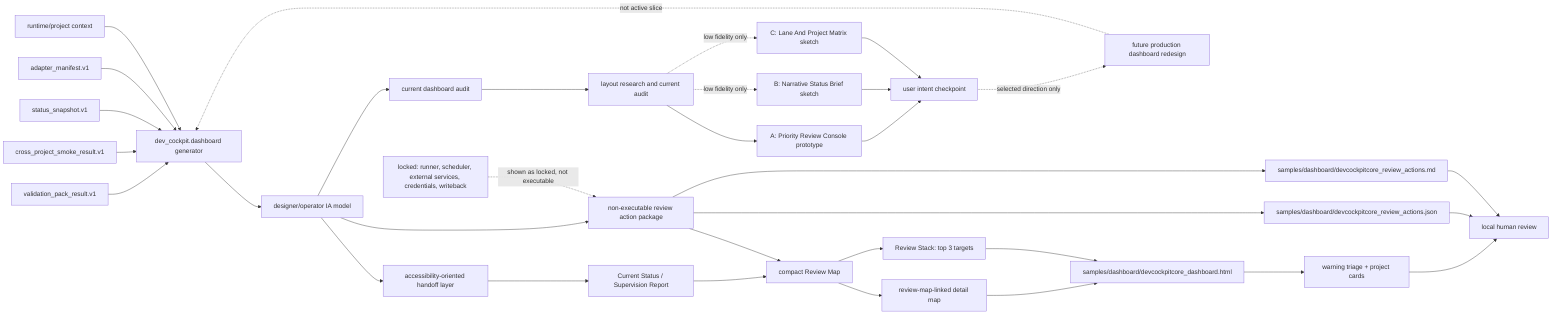
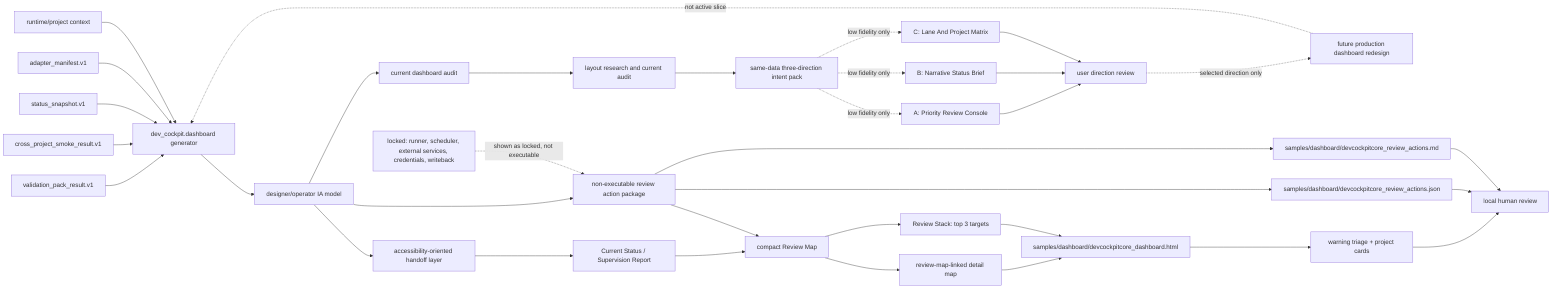
flowchart LR
    VP["validation_pack_result.v1"]
    SM["cross_project_smoke_result.v1"]
    SS["status_snapshot.v1"]
    AD["adapter_manifest.v1"]
    RT["runtime/project context"]
    GEN["dev_cockpit.dashboard generator"]
    IA["designer/operator IA model"]
    AUDIT["current dashboard audit"]
    RESEARCH["layout research and current audit"]
-     OPTION_A["A: Priority Review Console prototype"]
-     OPTION_B["B: Narrative Status Brief sketch"]
-     OPTION_C["C: Lane And Project Matrix sketch"]
-     INTENT["user intent checkpoint"]
+     INTENT_PACK["same-data three-direction intent pack"]
+     OPTION_A["A: Priority Review Console"]
+     OPTION_B["B: Narrative Status Brief"]
+     OPTION_C["C: Lane And Project Matrix"]
+     USER_REVIEW["user direction review"]
    REDESIGN["future production dashboard redesign"]
    ACT["non-executable review action package"]
    A11Y["accessibility-oriented handoff layer"]
    REPORT["Current Status / Supervision Report"]
    MAP["compact Review Map"]
    STACK["Review Stack: top 3 targets"]
    DETAIL["review-map-linked detail map"]
    HTML["samples/dashboard/devcockpitcore_dashboard.html"]
    JSON["samples/dashboard/devcockpitcore_review_actions.json"]
    MD["samples/dashboard/devcockpitcore_review_actions.md"]
    TRIAGE["warning triage + project cards"]
    REVIEW["local human review"]

    VP --> GEN
    SM --> GEN
    SS --> GEN
    AD --> GEN
    RT --> GEN
    GEN --> IA
    IA --> AUDIT
    AUDIT --> RESEARCH
-     RESEARCH --> OPTION_A
-     RESEARCH -. "low fidelity only" .-> OPTION_B
-     RESEARCH -. "low fidelity only" .-> OPTION_C
-     OPTION_A --> INTENT
-     OPTION_B --> INTENT
-     OPTION_C --> INTENT
-     INTENT -. "selected direction only" .-> REDESIGN
+     RESEARCH --> INTENT_PACK
+     INTENT_PACK -. "low fidelity only" .-> OPTION_A
+     INTENT_PACK -. "low fidelity only" .-> OPTION_B
+     INTENT_PACK -. "low fidelity only" .-> OPTION_C
+     OPTION_A --> USER_REVIEW
+     OPTION_B --> USER_REVIEW
+     OPTION_C --> USER_REVIEW
+     USER_REVIEW -. "selected direction only" .-> REDESIGN
    REDESIGN -. "not active slice" .-> GEN
    IA --> ACT
    IA --> A11Y
    A11Y --> REPORT
    REPORT --> MAP
    MAP --> STACK
    MAP --> DETAIL
    DETAIL --> HTML
    STACK --> HTML
    ACT --> JSON
    ACT --> MD
    ACT --> MAP
    HTML --> TRIAGE
    TRIAGE --> REVIEW
    JSON --> REVIEW
    MD --> REVIEW

    LOCK["locked: runner, scheduler, external services, credentials, writeback"]
    LOCK -. "shown as locked, not executable" .-> ACT
